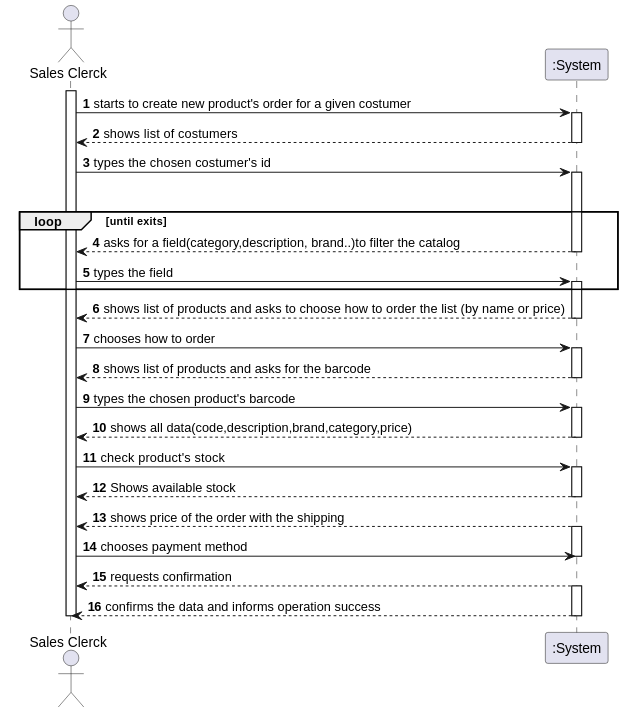
marttuga/LAPR4-SmartSystems keeps this PlantUML diagram as docs/Sprint2/US1004/US1004_SSD.svg. Above is the earlier version.
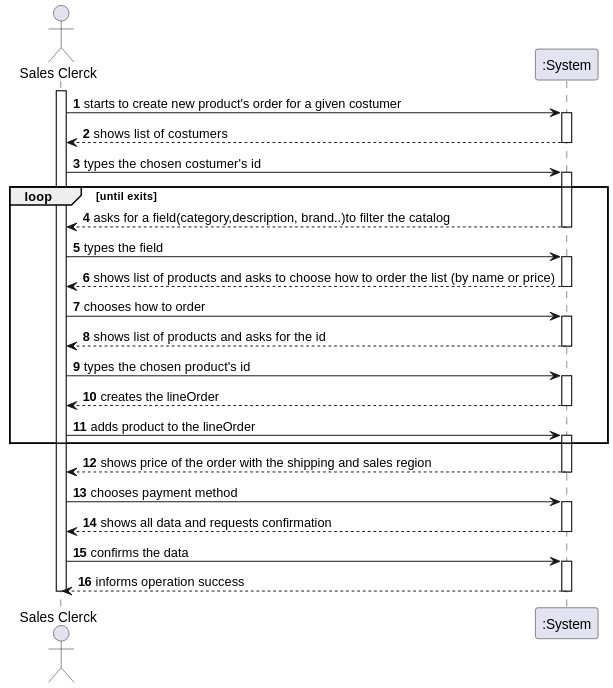
After the change.

The edit, as a diff of the source:
```diff
@@ -12,48 +12,47 @@
 SC -> ":System" : types the chosen costumer's id
 activate ":System"
 loop until exits
-loop until exits
 ":System" --> SC : asks for a field(category,description, brand..)to filter the catalog
 deactivate ":System"
 
 SC -> ":System" : types the field
 activate ":System"
 
-end loop
 ":System" --> SC : shows list of products and asks to choose how to order the list (by name or price)
 deactivate ":System"
 
 SC -> ":System" : chooses how to order
 activate ":System"
 
-":System" --> SC : shows list of products and asks for the barcode
+":System" --> SC : shows list of products and asks for the id
 deactivate ":System"
 
-SC -> ":System" : types the chosen product's barcode
-activate ":System"
-
-":System" --> SC :shows all data(code,description,brand,category,price)
-deactivate ":System"
-
-SC -> ":System" : check product's stock
-activate ":System"
-":System" --> SC : Shows available stock
-deactivate ":System"
-
-
-
-
-":System" --> SC : shows price of the order with the shipping
-activate ":System"
-
-SC -> ":System" : chooses payment method
-deactivate ":System"
-
-":System" --> SC : requests confirmation
+SC -> ":System" : types the chosen product's id
 
 activate ":System"
 
-":System" --> SC :confirms the data and informs operation success
+":System" --> SC : creates the lineOrder
+deactivate ":System"
+
+SC -> ":System" : adds product to the lineOrder
+
+activate ":System"
+end loop;
+
+":System" --> SC : shows price of the order with the shipping and sales region
+
+deactivate ":System"
+SC -> ":System" : chooses payment method
+activate ":System"
+
+":System" --> SC :shows all data and requests confirmation
+
+deactivate ":System"
+
+SC -> ":System" :confirms the data
+activate ":System"
+
+":System" --> SC : informs operation success
 deactivate ":System"
 deactivate SC
 
```
